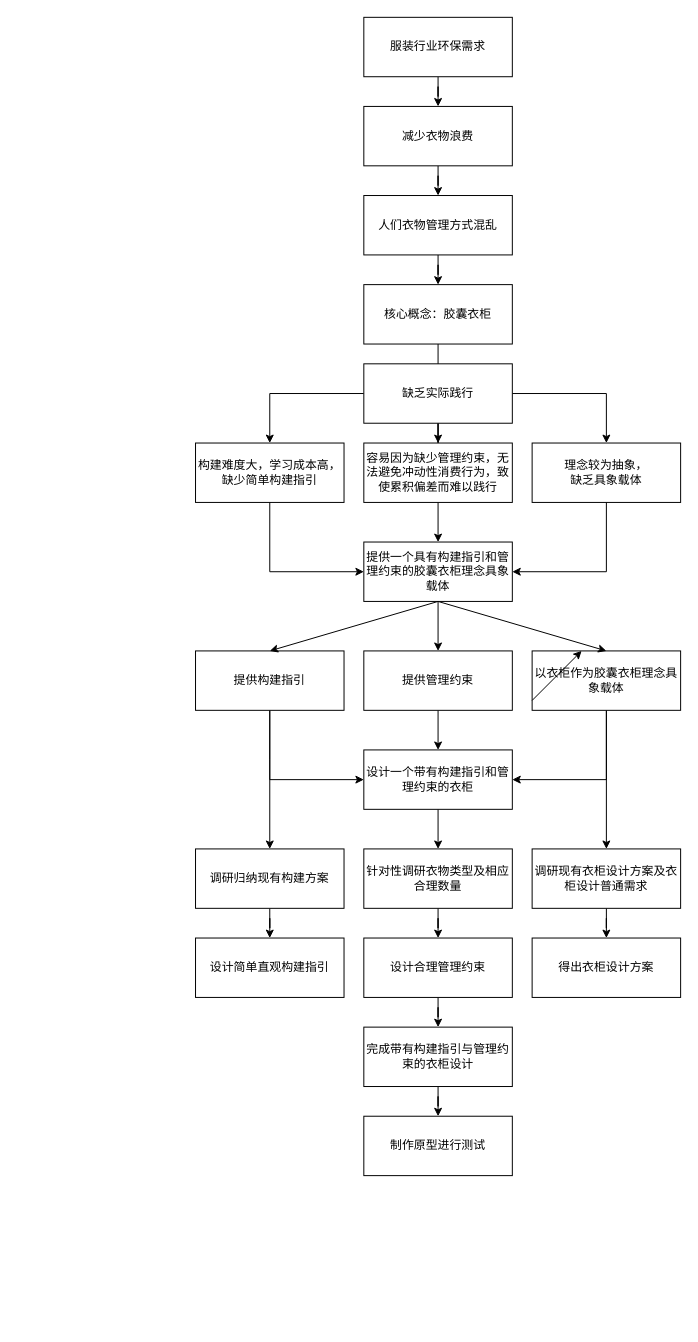
Above: wardrobe capsule.drawio in x1528045870/x1528045870 (draw.io), before the change. Source tidied: cells renumbered, new cells numbered last; positions are measured from the earlier drawing's top-left corner, leaving out a move shared by most shapes. Both pictures are drawn from the tidied source at 99%, with x=0, y=0 at pixel (195, 17).
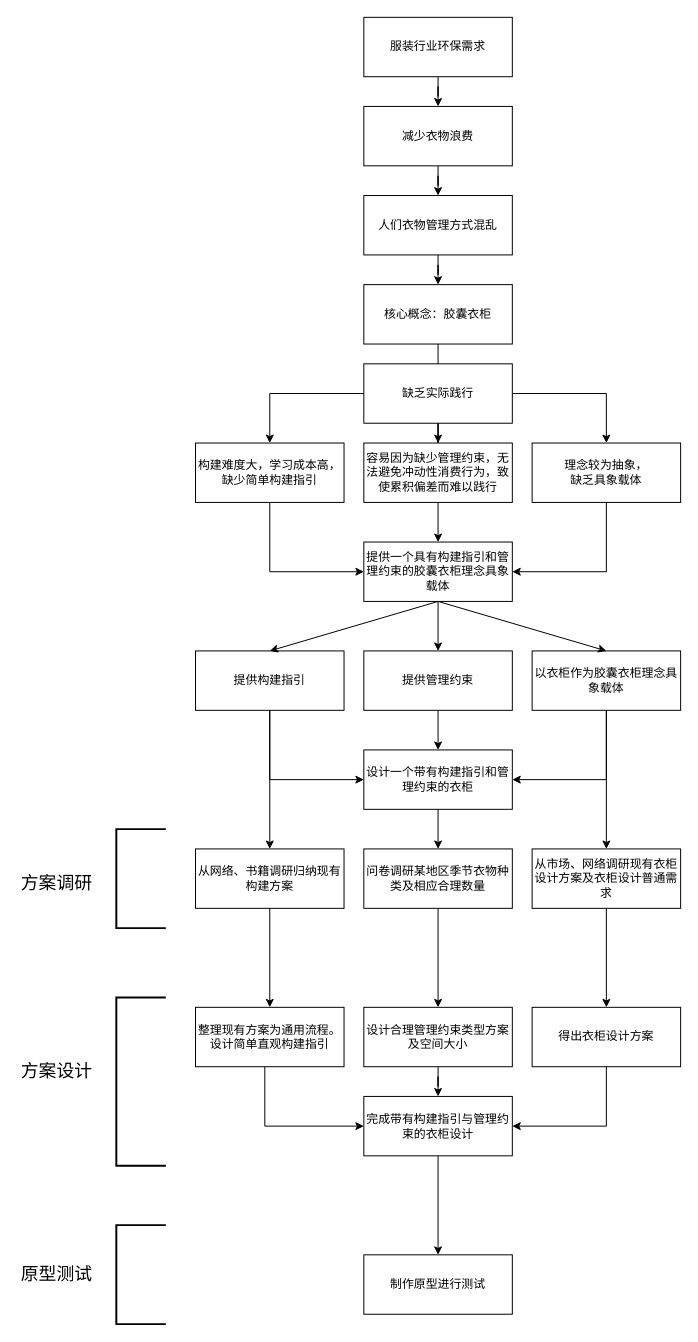
The same page after the edit.

Diff of the diagram source:
```diff
@@
-    <mxCell id="35" value="调研归纳现有构建方案" style="rounded=0;whiteSpace=wrap;html=1;" parent="1" vertex="1">
+    <mxCell id="35" value="从网络、书籍调研归纳现有构建方案" style="rounded=0;whiteSpace=wrap;html=1;" parent="1" vertex="1">
       <mxGeometry y="840" width="150" height="60" as="geometry" />
     </mxCell>
@@
-    <mxCell id="37" value="针对性调研衣物类型及相应合理数量" style="rounded=0;whiteSpace=wrap;html=1;" parent="1" vertex="1">
+    <mxCell id="37" value="问卷调研某地区季节衣物种类及相应合理数量" style="rounded=0;whiteSpace=wrap;html=1;" parent="1" vertex="1">
       <mxGeometry x="170" y="840" width="150" height="60" as="geometry" />
     </mxCell>
@@
-    <mxCell id="39" value="调研现有衣柜设计方案及衣柜设计普通需求" style="rounded=0;whiteSpace=wrap;html=1;" parent="1" vertex="1">
+    <mxCell id="39" value="从市场、网络调研现有衣柜设计方案及衣柜设计普通需求" style="rounded=0;whiteSpace=wrap;html=1;" parent="1" vertex="1">
       <mxGeometry x="340" y="840" width="150" height="60" as="geometry" />
     </mxCell>
+    <mxCell id="48" style="edgeStyle=orthogonalEdgeStyle;rounded=0;jettySize=auto;html=1;entryX=0;entryY=0.5;entryDx=0;entryDy=0;" parent="1" edge="1" source="40" target="46">
+      <mxGeometry relative="1" as="geometry">
+        <Array as="points">
+          <mxPoint x="70" y="1120" />
+        </Array>
+      </mxGeometry>
+    </mxCell>
-    <mxCell id="40" value="设计简单直观构建指引" style="rounded=0;whiteSpace=wrap;html=1;" parent="1" vertex="1">
-      <mxGeometry y="930" width="150" height="60" as="geometry" />
+    <mxCell id="40" value="整理现有方案为通用流程。设计简单直观构建指引" style="rounded=0;whiteSpace=wrap;html=1;" parent="1" vertex="1">
+      <mxGeometry y="1000" width="150" height="60" as="geometry" />
     </mxCell>
-    <mxCell id="41" style="endArrow=classic;html=1;rounded=0;" parent="1" edge="1">
-      <mxGeometry relative="1" as="geometry">
-        <mxPoint x="340" y="690" as="sourcePoint" />
-        <mxPoint x="390" y="640" as="targetPoint" />
-      </mxGeometry>
-    </mxCell>
@@
-    <mxCell id="43" value="设计合理管理约束" style="rounded=0;whiteSpace=wrap;html=1;" parent="1" vertex="1">
-      <mxGeometry x="170" y="930" width="150" height="60" as="geometry" />
+    <mxCell id="43" value="设计合理管理约束类型方案及空间大小" style="rounded=0;whiteSpace=wrap;html=1;" parent="1" vertex="1">
+      <mxGeometry x="170" y="1000" width="150" height="60" as="geometry" />
     </mxCell>
+    <mxCell id="49" style="edgeStyle=orthogonalEdgeStyle;rounded=0;jettySize=auto;html=1;entryX=1;entryY=0.5;entryDx=0;entryDy=0;" parent="1" edge="1" source="44" target="46">
+      <mxGeometry relative="1" as="geometry">
+        <Array as="points">
+          <mxPoint x="415" y="1120" />
+        </Array>
+      </mxGeometry>
+    </mxCell>
     <mxCell id="44" value="得出衣柜设计方案" style="rounded=0;whiteSpace=wrap;html=1;" parent="1" vertex="1">
-      <mxGeometry x="340" y="930" width="150" height="60" as="geometry" />
+      <mxGeometry x="340" y="1000" width="150" height="60" as="geometry" />
     </mxCell>
@@
     <mxCell id="46" value="完成带有构建指引与管理约束的衣柜设计" style="rounded=0;whiteSpace=wrap;html=1;" parent="1" vertex="1">
-      <mxGeometry x="170" y="1020" width="150" height="60" as="geometry" />
+      <mxGeometry x="170" y="1090" width="150" height="60" as="geometry" />
     </mxCell>
     <mxCell id="47" value="制作原型进行测试" style="rounded=0;whiteSpace=wrap;html=1;" parent="1" vertex="1">
-      <mxGeometry x="170" y="1110" width="150" height="60" as="geometry" />
+      <mxGeometry x="170" y="1250" width="150" height="60" as="geometry" />
     </mxCell>
+    <mxCell id="50" style="strokeWidth=2;html=1;shape=mxgraph.flowchart.annotation_1;align=left;" parent="1" vertex="1">
+      <mxGeometry x="-80" y="820" width="50" height="100" as="geometry" />
+    </mxCell>
+    <mxCell id="51" style="strokeWidth=2;html=1;shape=mxgraph.flowchart.annotation_1;align=left;" parent="1" vertex="1">
+      <mxGeometry x="-80" y="990" width="50" height="170" as="geometry" />
+    </mxCell>
+    <mxCell id="52" style="strokeWidth=2;html=1;shape=mxgraph.flowchart.annotation_1;align=left;" parent="1" vertex="1">
+      <mxGeometry x="-80" y="1220" width="50" height="100" as="geometry" />
+    </mxCell>
+    <mxCell id="53" value="&lt;font style=&quot;font-size: 18px;&quot;&gt;方案调研&lt;/font&gt;" style="text;html=1;strokeColor=none;fillColor=none;align=center;verticalAlign=middle;whiteSpace=wrap;rounded=0;" parent="1" vertex="1">
+      <mxGeometry x="-180" y="860" width="80" height="30" as="geometry" />
+    </mxCell>
+    <mxCell id="54" value="&lt;font style=&quot;font-size: 18px;&quot;&gt;方案设计&lt;/font&gt;" style="text;html=1;strokeColor=none;fillColor=none;align=center;verticalAlign=middle;whiteSpace=wrap;rounded=0;" parent="1" vertex="1">
+      <mxGeometry x="-180" y="1050" width="80" height="30" as="geometry" />
+    </mxCell>
+    <mxCell id="55" value="&lt;font style=&quot;font-size: 18px;&quot;&gt;原型测试&lt;/font&gt;" style="text;html=1;strokeColor=none;fillColor=none;align=center;verticalAlign=middle;whiteSpace=wrap;rounded=0;" parent="1" vertex="1">
+      <mxGeometry x="-180" y="1255" width="80" height="30" as="geometry" />
+    </mxCell>
```
